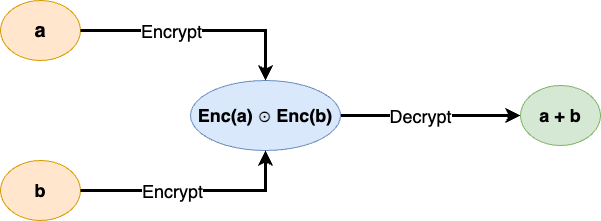
Before: readme_images/overview-ho.png, a diagram exported from draw.io (Espes99/Neural-Homomorphic-Operation-System). Source tidied: cells renumbered, new cells last; positions are measured from the earlier drawing's top-left corner, leaving out a move shared by most shapes.
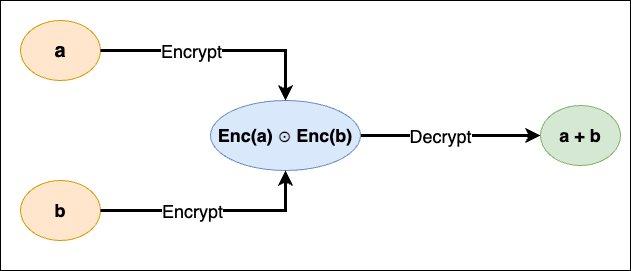
Later version of the same file.

The edit, as a diff of the source:
```diff
@@ -2,6 +2,9 @@
   <root>
     <mxCell id="0" />
     <mxCell id="1" parent="0" />
+    <mxCell id="12" style="rounded=0;whiteSpace=wrap;html=1;" parent="1" vertex="1">
+      <mxGeometry x="-20" y="-20" width="630" height="270" as="geometry" />
+    </mxCell>
     <mxCell id="2" value="&lt;font style=&quot;color: rgb(0, 0, 0); font-size: 20px;&quot;&gt;a&lt;/font&gt;" style="ellipse;whiteSpace=wrap;html=1;fillColor=#ffe6cc;strokeColor=#d79b00;fontStyle=1;" parent="1" vertex="1">
       <mxGeometry width="80" height="60" as="geometry" />
     </mxCell>
```
